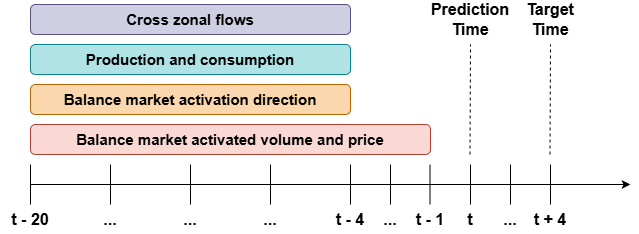
This is LaTeX/Images/TimeDiagram.drawio.png from haakonnh/mfrr_activation_classify, a draw.io export, as it was before one commit. Source tidied: cells renumbered, new cells last; positions are measured from the earlier drawing's top-left corner, leaving out a move shared by most shapes.
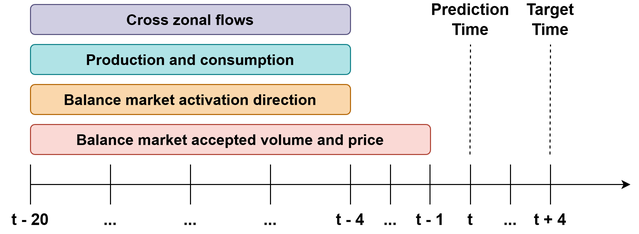
The same file after the commit.

Change to the diagram source:
```diff
@@ -71,7 +71,7 @@
     <mxCell id="15" value="&lt;span style=&quot;font-size: 16px;&quot;&gt;&lt;b&gt;t - 1&lt;/b&gt;&lt;/span&gt;" style="text;html=1;whiteSpace=wrap;strokeColor=none;fillColor=none;align=center;verticalAlign=middle;rounded=0;" parent="1" vertex="1">
       <mxGeometry x="400" y="200" width="60" height="30" as="geometry" />
     </mxCell>
-    <mxCell id="16" value="&lt;b&gt;&lt;font style=&quot;font-size: 15px;&quot;&gt;Balance market activated volume and price&lt;/font&gt;&lt;/b&gt;" style="rounded=1;whiteSpace=wrap;html=1;fillColor=#fad9d5;strokeColor=#ae4132;" parent="1" vertex="1">
+    <mxCell id="16" value="&lt;b&gt;&lt;font style=&quot;font-size: 15px;&quot;&gt;Balance market accepted volume and price&lt;/font&gt;&lt;/b&gt;" style="rounded=1;whiteSpace=wrap;html=1;fillColor=#fad9d5;strokeColor=#ae4132;" parent="1" vertex="1">
       <mxGeometry x="30" y="120" width="400" height="30" as="geometry" />
     </mxCell>
     <mxCell id="17" value="&lt;b&gt;&lt;font style=&quot;font-size: 15px;&quot;&gt;Balance market activation direction&lt;/font&gt;&lt;/b&gt;" style="rounded=1;whiteSpace=wrap;html=1;fillColor=#fad7ac;strokeColor=#b46504;" parent="1" vertex="1">
```
